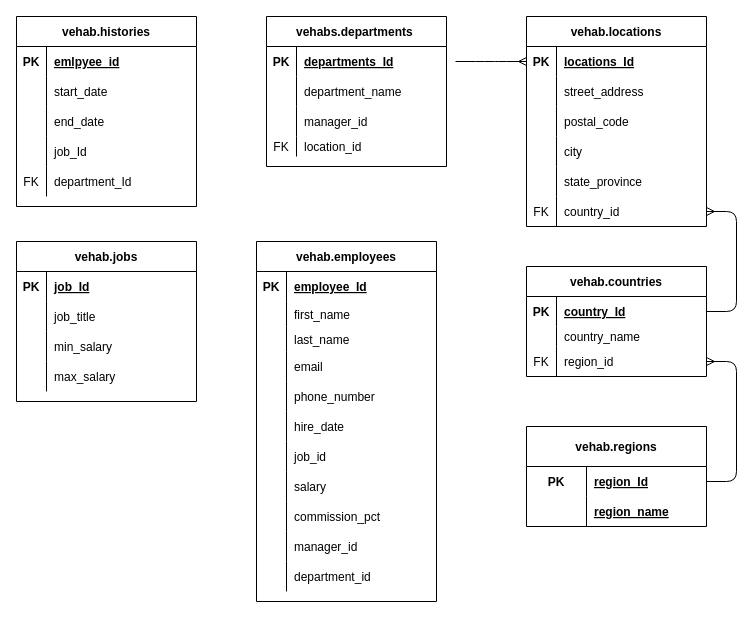
This is HT_ERD.drawio from VehabK/a07_erds, a draw.io file, before an edit. Source tidied: cells renumbered, new cells numbered last; positions are measured from the earlier drawing's top-left corner, leaving out a move shared by most shapes. Both pictures are drawn from the tidied source at 100%, with x=0, y=0 at pixel (16, 16).
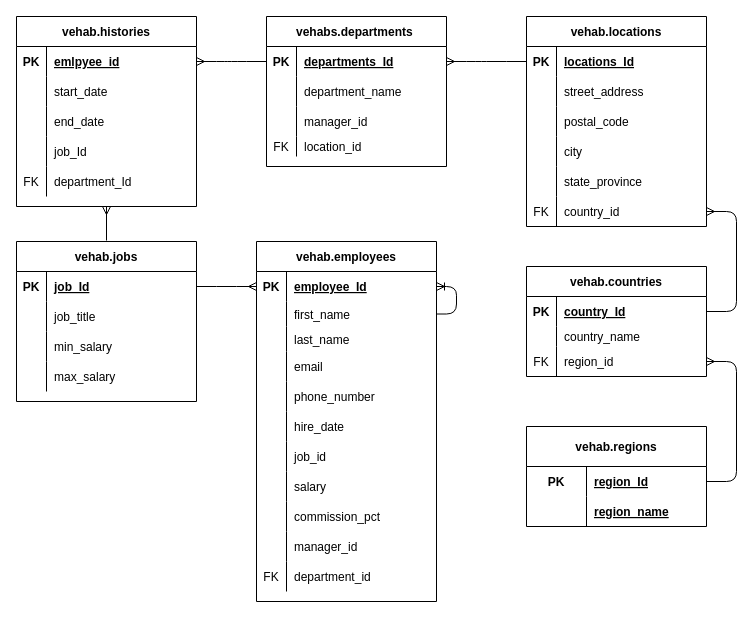
The same page after the edit.

The change refers to these unchanged cells:
```xml
<mxCell id="21" style="shape=partialRectangle;fillColor=none;top=0;left=0;bottom=1;right=0;points=[[0,0.5],[1,0.5]];portConstraint=eastwest;strokeColor=none;" parent="20" vertex="1">
  <mxGeometry y="30" width="180" height="30" as="geometry" />
</mxCell>
<mxCell id="41" style="shape=partialRectangle;fillColor=none;top=0;left=0;bottom=1;right=0;points=[[0,0.5],[1,0.5]];portConstraint=eastwest;strokeColor=none;" parent="40" vertex="1">
  <mxGeometry y="30" width="180" height="30" as="geometry" />
</mxCell>
<mxCell id="54" value="vehab.histories" style="shape=table;startSize=30;childLayout=tableLayout;rowLines=0;fontStyle=1;align=center;strokeColor=#000000;" parent="1" vertex="1">
  <mxGeometry width="180" height="190" as="geometry" />
</mxCell>
<mxCell id="55" style="shape=partialRectangle;fillColor=none;top=0;left=0;bottom=1;right=0;points=[[0,0.5],[1,0.5]];portConstraint=eastwest;strokeColor=none;" parent="54" vertex="1">
  <mxGeometry y="30" width="180" height="30" as="geometry" />
</mxCell>
<mxCell id="71" style="shape=partialRectangle;fillColor=none;top=0;left=0;bottom=1;right=0;points=[[0,0.5],[1,0.5]];portConstraint=eastwest;strokeColor=none;" parent="70" vertex="1">
  <mxGeometry y="30" width="180" height="30" as="geometry" />
</mxCell>
<mxCell id="84" style="shape=partialRectangle;fillColor=none;top=0;left=0;bottom=1;right=0;points=[[0,0.5],[1,0.5]];portConstraint=eastwest;strokeColor=none;" parent="83" vertex="1">
  <mxGeometry y="30" width="180" height="30" as="geometry" />
</mxCell>
<mxCell id="87" style="shape=partialRectangle;fillColor=none;top=0;left=0;bottom=0;right=0;points=[[0,0.5],[1,0.5]];portConstraint=eastwest;" parent="83" vertex="1">
  <mxGeometry y="60" width="180" height="25" as="geometry" />
</mxCell>
<mxCell id="114" style="shape=partialRectangle;fillColor=none;top=0;left=0;bottom=0;right=0;" parent="83" vertex="1">
  <mxGeometry y="320" width="180" height="30" as="geometry" />
</mxCell>
```

What changed in the source:
```diff
@@
-    <mxCell id="53" style="edgeStyle=entityRelationEdgeStyle;fontSize=12;html=1;endArrow=ERmany;entryX=0;entryY=0.5;entryDx=0;entryDy=0;" parent="1" edge="1" target="21">
-      <mxGeometry relative="1" as="geometry">
-        <mxPoint x="439" y="45" as="sourcePoint" />
-      </mxGeometry>
-    </mxCell>
@@
-    <mxCell id="115" style="shape=partialRectangle;fillColor=none;top=0;left=0;bottom=0;right=0;overflow=hidden;" parent="114" vertex="1">
+    <mxCell id="115" value="FK" style="shape=partialRectangle;fillColor=none;top=0;left=0;bottom=0;right=0;overflow=hidden;" parent="114" vertex="1">
       <mxGeometry width="30" height="30" as="geometry" />
     </mxCell>
@@
+    <mxCell id="117" style="edgeStyle=entityRelationEdgeStyle;fontSize=12;html=1;endArrow=ERmany;entryX=1;entryY=0.5;entryDx=0;entryDy=0;exitX=0;exitY=0.5;exitDx=0;exitDy=0;" parent="1" edge="1" source="21" target="41">
+      <mxGeometry relative="1" as="geometry" />
+    </mxCell>
+    <mxCell id="118" style="edgeStyle=entityRelationEdgeStyle;fontSize=12;html=1;endArrow=ERmany;entryX=1;entryY=0.5;entryDx=0;entryDy=0;exitX=0;exitY=0.5;exitDx=0;exitDy=0;" parent="1" edge="1" source="41" target="55">
+      <mxGeometry relative="1" as="geometry" />
+    </mxCell>
+    <mxCell id="119" style="fontSize=12;html=1;endArrow=ERmany;entryX=0.5;entryY=1;entryDx=0;entryDy=0;" parent="1" edge="1" target="54">
+      <mxGeometry relative="1" as="geometry">
+        <mxPoint x="90" y="224" as="sourcePoint" />
+      </mxGeometry>
+    </mxCell>
+    <mxCell id="120" style="edgeStyle=entityRelationEdgeStyle;fontSize=12;html=1;endArrow=ERmany;entryX=0;entryY=0.5;entryDx=0;entryDy=0;exitX=1;exitY=0.5;exitDx=0;exitDy=0;" parent="1" edge="1" source="71" target="84">
+      <mxGeometry relative="1" as="geometry" />
+    </mxCell>
+    <mxCell id="121" style="edgeStyle=orthogonalEdgeStyle;fontSize=12;html=1;endArrow=ERoneToMany;exitX=1;exitY=0.5;exitDx=0;exitDy=0;" parent="1" edge="1" source="87">
+      <mxGeometry relative="1" as="geometry">
+        <mxPoint x="420" y="270" as="targetPoint" />
+        <Array as="points">
+          <mxPoint x="440" y="298" />
+          <mxPoint x="440" y="270" />
+        </Array>
+      </mxGeometry>
+    </mxCell>
```
